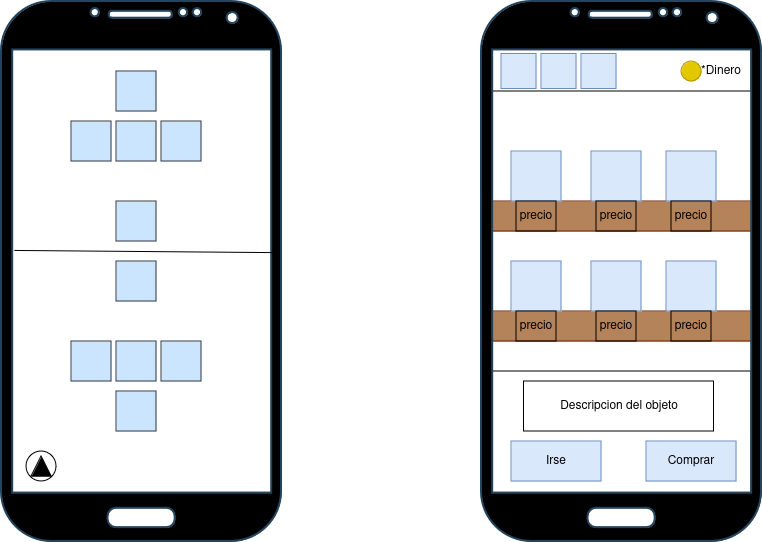
Before: Imagenes/visuales.png, a diagram exported from draw.io (gian700/Beastdeck). Source tidied: cells renumbered, new cells last; positions are measured from the earlier drawing's top-left corner, leaving out a move shared by most shapes.
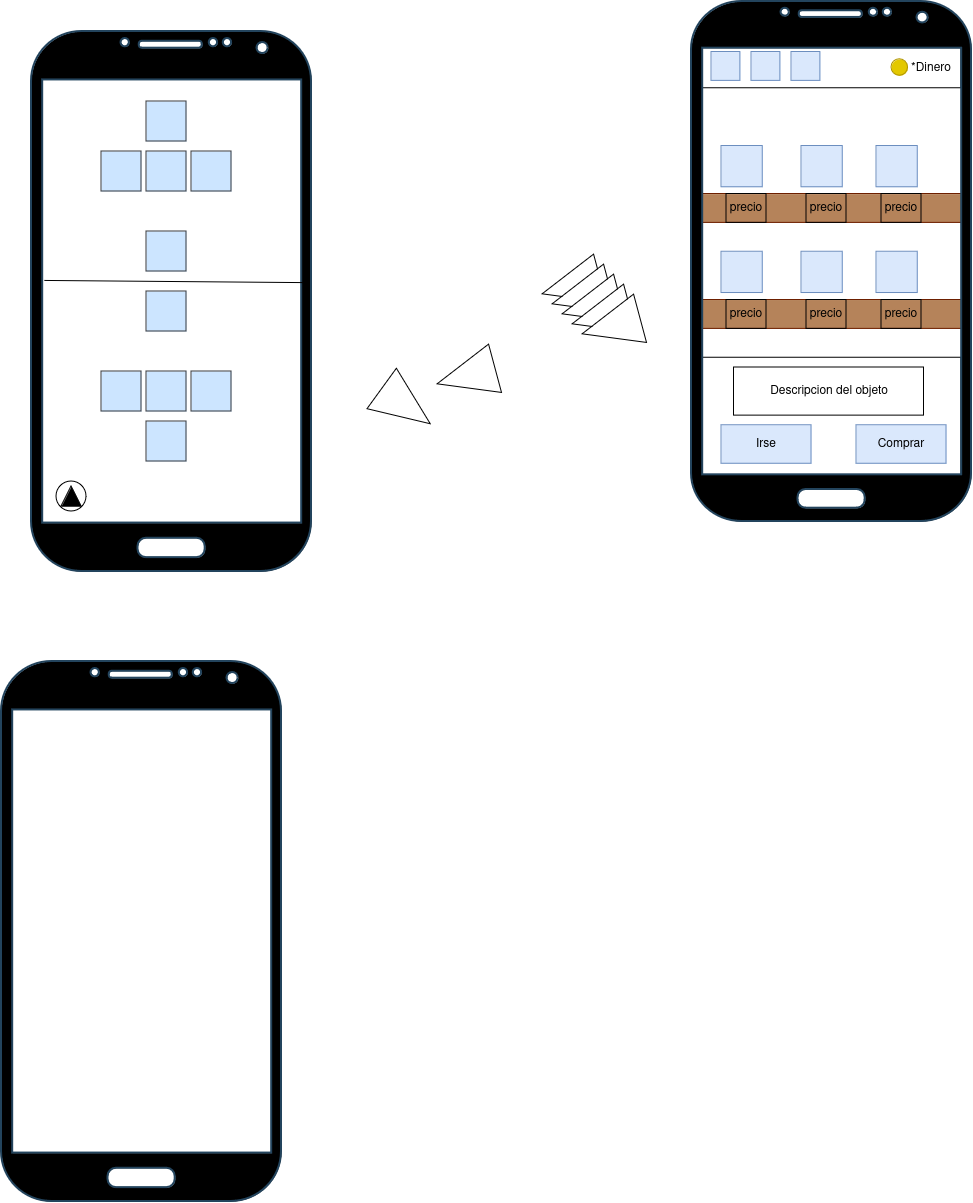
After the commit.

Diff of the diagram source:
```diff
@@ -2,18 +2,6 @@
   <root>
     <mxCell id="0" />
     <mxCell id="1" parent="0" />
-    <mxCell id="2" style="rounded=0;whiteSpace=wrap;html=1;fillColor=#B5835A;fontColor=#ffffff;strokeColor=#6D1F00;" parent="1" vertex="1">
-      <mxGeometry x="485" y="200" width="270" height="30" as="geometry" />
-    </mxCell>
-    <mxCell id="3" style="rounded=0;whiteSpace=wrap;html=1;" parent="1" vertex="1">
-      <mxGeometry x="485" y="370" width="265" height="130" as="geometry" />
-    </mxCell>
-    <mxCell id="4" style="rounded=0;whiteSpace=wrap;html=1;" parent="1" vertex="1">
-      <mxGeometry x="490" y="30" width="260" height="60" as="geometry" />
-    </mxCell>
-    <mxCell id="5" style="rounded=0;whiteSpace=wrap;html=1;fillColor=#B5835A;fontColor=#ffffff;strokeColor=#6D1F00;" parent="1" vertex="1">
-      <mxGeometry x="485" y="310" width="270" height="30" as="geometry" />
-    </mxCell>
     <mxCell id="6" style="group;" parent="1" vertex="1">
       <mxGeometry width="280" height="540" as="geometry" />
     </mxCell>
@@ -59,68 +47,107 @@
     <mxCell id="20" style="shape=singleArrow;direction=north;whiteSpace=wrap;html=1;fillColor=#000000;arrowWidth=1;arrowSize=1;" parent="6" vertex="1">
       <mxGeometry x="30" y="455" width="20" height="20" as="geometry" />
     </mxCell>
+    <mxCell id="42" style="verticalLabelPosition=bottom;verticalAlign=top;html=1;shadow=0;strokeWidth=2;shape=mxgraph.android.phone2;strokeColor=#23445d;fillColor=#000000;" parent="1" vertex="1">
+      <mxGeometry x="-30" y="630" width="280" height="540" as="geometry" />
+    </mxCell>
+    <mxCell id="43" style="group;" parent="1" vertex="1">
+      <mxGeometry x="660" y="-30" width="280" height="520" as="geometry" />
+    </mxCell>
+    <mxCell id="2" style="rounded=0;whiteSpace=wrap;html=1;fillColor=#B5835A;fontColor=#ffffff;strokeColor=#6D1F00;" parent="43" vertex="1">
+      <mxGeometry x="5" y="192.6" width="270" height="28.9" as="geometry" />
+    </mxCell>
+    <mxCell id="3" style="rounded=0;whiteSpace=wrap;html=1;" parent="43" vertex="1">
+      <mxGeometry x="5" y="356.3" width="265" height="125.2" as="geometry" />
+    </mxCell>
+    <mxCell id="4" style="rounded=0;whiteSpace=wrap;html=1;" parent="43" vertex="1">
+      <mxGeometry x="10" y="28.9" width="260" height="57.8" as="geometry" />
+    </mxCell>
+    <mxCell id="5" style="rounded=0;whiteSpace=wrap;html=1;fillColor=#B5835A;fontColor=#ffffff;strokeColor=#6D1F00;" parent="43" vertex="1">
+      <mxGeometry x="5" y="298.5" width="270" height="28.9" as="geometry" />
+    </mxCell>
-    <mxCell id="21" style="verticalLabelPosition=bottom;verticalAlign=top;html=1;shadow=0;strokeWidth=2;shape=mxgraph.android.phone2;strokeColor=#23445d;fillColor=#000000;" parent="1" vertex="1">
-      <mxGeometry x="480" width="280" height="540" as="geometry" />
+    <mxCell id="21" style="verticalLabelPosition=bottom;verticalAlign=top;html=1;shadow=0;strokeWidth=2;shape=mxgraph.android.phone2;strokeColor=#23445d;fillColor=#000000;" parent="43" vertex="1">
+      <mxGeometry width="280" height="520" as="geometry" />
     </mxCell>
-    <mxCell id="22" style="ellipse;whiteSpace=wrap;html=1;fillColor=#e3c800;strokeColor=#B09500;fontColor=#000000;" parent="1" vertex="1">
-      <mxGeometry x="680" y="60" width="20" height="20" as="geometry" />
+    <mxCell id="22" style="ellipse;whiteSpace=wrap;html=1;fillColor=#e3c800;strokeColor=#B09500;fontColor=#000000;" parent="43" vertex="1">
+      <mxGeometry x="200" y="57.8" width="16.5" height="16.5" as="geometry" />
     </mxCell>
-    <mxCell id="23" value="Comprar" style="rounded=0;whiteSpace=wrap;html=1;fillColor=#dae8fc;strokeColor=#6c8ebf;" parent="1" vertex="1">
-      <mxGeometry x="645" y="440" width="90" height="40" as="geometry" />
+    <mxCell id="23" value="Comprar" style="rounded=0;whiteSpace=wrap;html=1;fillColor=#dae8fc;strokeColor=#6c8ebf;" parent="43" vertex="1">
+      <mxGeometry x="165" y="423.7" width="90" height="38.5" as="geometry" />
     </mxCell>
-    <mxCell id="24" value="Descripcion del objeto" style="text;html=1;align=center;verticalAlign=middle;whiteSpace=wrap;rounded=0;strokeColor=default;" parent="1" vertex="1">
-      <mxGeometry x="522.5" y="380" width="190" height="50" as="geometry" />
+    <mxCell id="24" value="Descripcion del objeto" style="text;html=1;align=center;verticalAlign=middle;whiteSpace=wrap;rounded=0;strokeColor=default;" parent="43" vertex="1">
+      <mxGeometry x="42.5" y="365.9" width="190" height="48.1" as="geometry" />
     </mxCell>
-    <mxCell id="25" value="Irse" style="rounded=0;whiteSpace=wrap;html=1;fillColor=#dae8fc;strokeColor=#6c8ebf;" parent="1" vertex="1">
-      <mxGeometry x="510" y="440" width="90" height="40" as="geometry" />
+    <mxCell id="25" value="Irse" style="rounded=0;whiteSpace=wrap;html=1;fillColor=#dae8fc;strokeColor=#6c8ebf;" parent="43" vertex="1">
+      <mxGeometry x="30" y="423.7" width="90" height="38.5" as="geometry" />
     </mxCell>
-    <mxCell id="26" style="whiteSpace=wrap;html=1;fillColor=#dae8fc;strokeColor=#6c8ebf;" parent="1" vertex="1">
-      <mxGeometry x="510" y="260" width="50" height="50" as="geometry" />
+    <mxCell id="26" style="whiteSpace=wrap;html=1;fillColor=#dae8fc;strokeColor=#6c8ebf;" parent="43" vertex="1">
+      <mxGeometry x="30" y="250.4" width="41.3" height="41.3" as="geometry" />
     </mxCell>
-    <mxCell id="27" style="whiteSpace=wrap;html=1;fillColor=#dae8fc;strokeColor=#6c8ebf;" parent="1" vertex="1">
-      <mxGeometry x="590" y="260" width="50" height="50" as="geometry" />
+    <mxCell id="27" style="whiteSpace=wrap;html=1;fillColor=#dae8fc;strokeColor=#6c8ebf;" parent="43" vertex="1">
+      <mxGeometry x="110" y="250.4" width="41.3" height="41.3" as="geometry" />
     </mxCell>
-    <mxCell id="28" style="whiteSpace=wrap;html=1;fillColor=#dae8fc;strokeColor=#6c8ebf;" parent="1" vertex="1">
-      <mxGeometry x="665" y="260" width="50" height="50" as="geometry" />
+    <mxCell id="28" style="whiteSpace=wrap;html=1;fillColor=#dae8fc;strokeColor=#6c8ebf;" parent="43" vertex="1">
+      <mxGeometry x="185" y="250.4" width="41.3" height="41.3" as="geometry" />
     </mxCell>
-    <mxCell id="29" style="whiteSpace=wrap;html=1;fillColor=#dae8fc;strokeColor=#6c8ebf;" parent="1" vertex="1">
-      <mxGeometry x="510" y="150" width="50" height="50" as="geometry" />
+    <mxCell id="29" style="whiteSpace=wrap;html=1;fillColor=#dae8fc;strokeColor=#6c8ebf;" parent="43" vertex="1">
+      <mxGeometry x="30" y="144.4" width="41.3" height="41.3" as="geometry" />
     </mxCell>
-    <mxCell id="30" style="whiteSpace=wrap;html=1;fillColor=#dae8fc;strokeColor=#6c8ebf;" parent="1" vertex="1">
-      <mxGeometry x="590" y="150" width="50" height="50" as="geometry" />
+    <mxCell id="30" style="whiteSpace=wrap;html=1;fillColor=#dae8fc;strokeColor=#6c8ebf;" parent="43" vertex="1">
+      <mxGeometry x="110" y="144.4" width="41.3" height="41.3" as="geometry" />
     </mxCell>
-    <mxCell id="31" style="whiteSpace=wrap;html=1;fillColor=#dae8fc;strokeColor=#6c8ebf;" parent="1" vertex="1">
-      <mxGeometry x="665" y="150" width="50" height="50" as="geometry" />
+    <mxCell id="31" style="whiteSpace=wrap;html=1;fillColor=#dae8fc;strokeColor=#6c8ebf;" parent="43" vertex="1">
+      <mxGeometry x="185" y="144.4" width="41.3" height="41.3" as="geometry" />
     </mxCell>
-    <mxCell id="32" value="precio" style="text;html=1;align=center;verticalAlign=middle;whiteSpace=wrap;rounded=0;strokeColor=default;" parent="1" vertex="1">
-      <mxGeometry x="670" y="200" width="40" height="30" as="geometry" />
+    <mxCell id="32" value="precio" style="text;html=1;align=center;verticalAlign=middle;whiteSpace=wrap;rounded=0;strokeColor=default;" parent="43" vertex="1">
+      <mxGeometry x="190" y="192.6" width="40" height="28.9" as="geometry" />
     </mxCell>
-    <mxCell id="33" value="precio" style="text;html=1;align=center;verticalAlign=middle;whiteSpace=wrap;rounded=0;strokeColor=default;" parent="1" vertex="1">
-      <mxGeometry x="595" y="200" width="40" height="30" as="geometry" />
+    <mxCell id="33" value="precio" style="text;html=1;align=center;verticalAlign=middle;whiteSpace=wrap;rounded=0;strokeColor=default;" parent="43" vertex="1">
+      <mxGeometry x="115" y="192.6" width="40" height="28.9" as="geometry" />
     </mxCell>
-    <mxCell id="34" value="precio" style="text;html=1;align=center;verticalAlign=middle;whiteSpace=wrap;rounded=0;strokeColor=default;" parent="1" vertex="1">
-      <mxGeometry x="515" y="200" width="40" height="30" as="geometry" />
+    <mxCell id="34" value="precio" style="text;html=1;align=center;verticalAlign=middle;whiteSpace=wrap;rounded=0;strokeColor=default;" parent="43" vertex="1">
+      <mxGeometry x="35" y="192.6" width="40" height="28.9" as="geometry" />
     </mxCell>
-    <mxCell id="35" value="precio" style="text;html=1;align=center;verticalAlign=middle;whiteSpace=wrap;rounded=0;strokeColor=default;" parent="1" vertex="1">
-      <mxGeometry x="515" y="310" width="40" height="30" as="geometry" />
+    <mxCell id="35" value="precio" style="text;html=1;align=center;verticalAlign=middle;whiteSpace=wrap;rounded=0;strokeColor=default;" parent="43" vertex="1">
+      <mxGeometry x="35" y="298.5" width="40" height="28.9" as="geometry" />
     </mxCell>
-    <mxCell id="36" value="precio" style="text;html=1;align=center;verticalAlign=middle;whiteSpace=wrap;rounded=0;strokeColor=default;" parent="1" vertex="1">
-      <mxGeometry x="595" y="310" width="40" height="30" as="geometry" />
+    <mxCell id="36" value="precio" style="text;html=1;align=center;verticalAlign=middle;whiteSpace=wrap;rounded=0;strokeColor=default;" parent="43" vertex="1">
+      <mxGeometry x="115" y="298.5" width="40" height="28.9" as="geometry" />
     </mxCell>
-    <mxCell id="37" value="precio" style="text;html=1;align=center;verticalAlign=middle;whiteSpace=wrap;rounded=0;strokeColor=default;" parent="1" vertex="1">
-      <mxGeometry x="670" y="310" width="40" height="30" as="geometry" />
+    <mxCell id="37" value="precio" style="text;html=1;align=center;verticalAlign=middle;whiteSpace=wrap;rounded=0;strokeColor=default;" parent="43" vertex="1">
+      <mxGeometry x="190" y="298.5" width="40" height="28.9" as="geometry" />
     </mxCell>
-    <mxCell id="38" value="*Dinero" style="text;html=1;align=center;verticalAlign=middle;whiteSpace=wrap;rounded=0;" parent="1" vertex="1">
-      <mxGeometry x="690" y="55" width="60" height="30" as="geometry" />
+    <mxCell id="38" value="*Dinero" style="text;html=1;align=center;verticalAlign=middle;whiteSpace=wrap;rounded=0;" parent="43" vertex="1">
+      <mxGeometry x="210" y="53" width="60" height="28.9" as="geometry" />
     </mxCell>
-    <mxCell id="39" style="whiteSpace=wrap;html=1;fillColor=#dae8fc;strokeColor=#6c8ebf;" parent="1" vertex="1">
-      <mxGeometry x="500" y="52.5" width="35" height="35" as="geometry" />
+    <mxCell id="39" style="whiteSpace=wrap;html=1;fillColor=#dae8fc;strokeColor=#6c8ebf;" parent="43" vertex="1">
+      <mxGeometry x="20" y="50.6" width="28.9" height="28.9" as="geometry" />
     </mxCell>
-    <mxCell id="40" style="whiteSpace=wrap;html=1;fillColor=#dae8fc;strokeColor=#6c8ebf;" parent="1" vertex="1">
-      <mxGeometry x="540" y="52.5" width="35" height="35" as="geometry" />
+    <mxCell id="40" style="whiteSpace=wrap;html=1;fillColor=#dae8fc;strokeColor=#6c8ebf;" parent="43" vertex="1">
+      <mxGeometry x="60" y="50.6" width="28.9" height="28.9" as="geometry" />
     </mxCell>
-    <mxCell id="41" style="whiteSpace=wrap;html=1;fillColor=#dae8fc;strokeColor=#6c8ebf;" parent="1" vertex="1">
-      <mxGeometry x="580" y="52.5" width="35" height="35" as="geometry" />
+    <mxCell id="41" style="whiteSpace=wrap;html=1;fillColor=#dae8fc;strokeColor=#6c8ebf;" parent="43" vertex="1">
+      <mxGeometry x="100" y="50.6" width="28.9" height="28.9" as="geometry" />
     </mxCell>
+    <mxCell id="44" style="triangle;whiteSpace=wrap;html=1;rotation=-195;" parent="1" vertex="1">
+      <mxGeometry x="510" y="230" width="60" height="50" as="geometry" />
+    </mxCell>
+    <mxCell id="45" style="triangle;whiteSpace=wrap;html=1;rotation=-195;" parent="1" vertex="1">
+      <mxGeometry x="520" y="240" width="60" height="50" as="geometry" />
+    </mxCell>
+    <mxCell id="46" style="triangle;whiteSpace=wrap;html=1;rotation=-195;" parent="1" vertex="1">
+      <mxGeometry x="530" y="250" width="60" height="50" as="geometry" />
+    </mxCell>
+    <mxCell id="47" style="triangle;whiteSpace=wrap;html=1;rotation=-195;" parent="1" vertex="1">
+      <mxGeometry x="540" y="260" width="60" height="50" as="geometry" />
+    </mxCell>
+    <mxCell id="48" style="triangle;whiteSpace=wrap;html=1;rotation=-195;" parent="1" vertex="1">
+      <mxGeometry x="550" y="270" width="60" height="50" as="geometry" />
+    </mxCell>
+    <mxCell id="49" style="triangle;whiteSpace=wrap;html=1;rotation=-195;" parent="1" vertex="1">
+      <mxGeometry x="405" y="320" width="60" height="50" as="geometry" />
+    </mxCell>
+    <mxCell id="50" style="triangle;whiteSpace=wrap;html=1;rotation=36;" parent="1" vertex="1">
+      <mxGeometry x="345" y="350" width="60" height="50" as="geometry" />
+    </mxCell>
   </root>
 </mxGraphModel>
```
